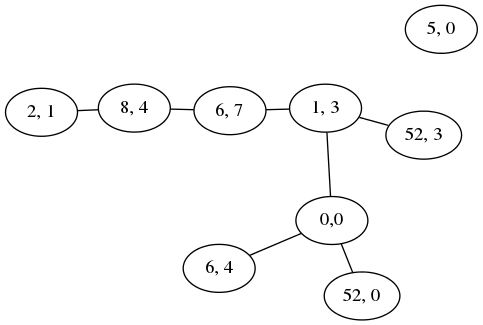
Earlier version of the Graphviz export Model/graph.png (cybil/IntervenSim). Its source is kept beside it as Model/graph.dot. Source of this version:
```dot
graph G {

      "0, 0" [
      label = "0,0"
      pos = 0,0
      ]
      "1, 3" [
      label = "1, 3"
      pos = "1, 3"
      ]
      "6, 4" [
      label = "6, 4"
      pos = "6, 4"
      ]
      "52, 0" [
      label = "52, 0"
      pos = "52, 0"
      ]
      "8, 4" [
      label = "8, 4"
      pos = "8, 4"
      ]
      "52, 3" [
      label = "52, 3"
      pos = "52, 3"
      ]
      "5, 0" [
      label = "5, 0"
      pos = "5, 0"
      ]
      "2, 1" [
      label = "2, 1"
      pos = "2, 1"
      ]
      "6, 7" [
      label = "6, 7"
      pos = "6, 7"
      ]

      "0, 0" -- "1, 3";
      "0, 0" -- "6, 4";
      "0, 0" -- "52, 0";

      "52, 3" -- "1, 3";
      "8, 4" -- "2, 1";
      "6, 7" -- "1, 3";
      "6, 7" -- "8, 4";
}
```
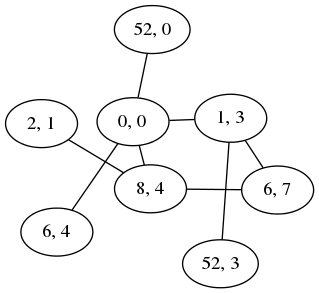
The same diagram one commit later.

Commit message:
Correction du dotty et du png

The edit, as a diff of the source:
```diff
@@ -1,42 +1,4 @@
 graph G {
-
-      "0, 0" [
-      label = "0,0"
-      pos = 0,0
-      ]
-      "1, 3" [
-      label = "1, 3"
-      pos = "1, 3"
-      ]
-      "6, 4" [
-      label = "6, 4"
-      pos = "6, 4"
-      ]
-      "52, 0" [
-      label = "52, 0"
-      pos = "52, 0"
-      ]
-      "8, 4" [
-      label = "8, 4"
-      pos = "8, 4"
-      ]
-      "52, 3" [
-      label = "52, 3"
-      pos = "52, 3"
-      ]
-      "5, 0" [
-      label = "5, 0"
-      pos = "5, 0"
-      ]
-      "2, 1" [
-      label = "2, 1"
-      pos = "2, 1"
-      ]
-      "6, 7" [
-      label = "6, 7"
-      pos = "6, 7"
-      ]
-
       "0, 0" -- "1, 3";
       "0, 0" -- "6, 4";
       "0, 0" -- "52, 0";
@@ -45,4 +7,6 @@
       "8, 4" -- "2, 1";
       "6, 7" -- "1, 3";
       "6, 7" -- "8, 4";
+
+      "0, 0" -- "8, 4";
 }
```
